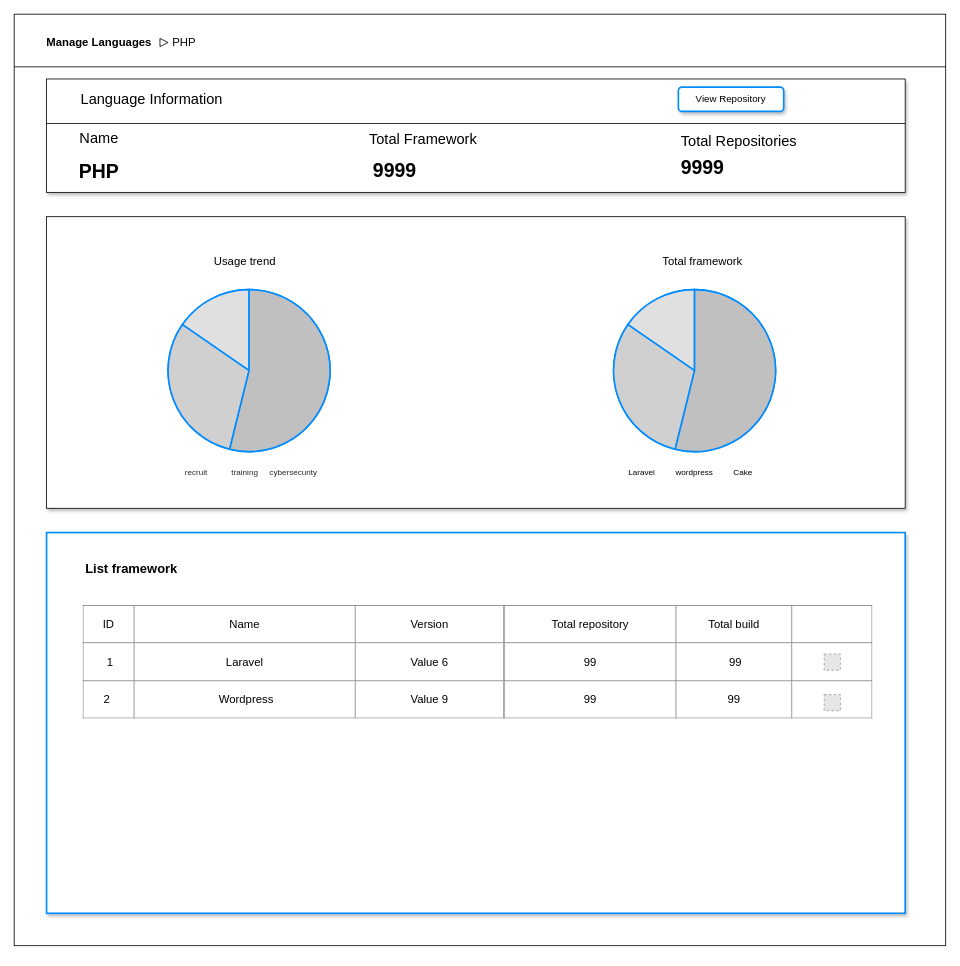
Before: Untitled Diagram.drawio in khoanld-2442/abc, a draw.io diagram. Source tidied: cells renumbered, new cells numbered last; positions are measured from the earlier drawing's top-left corner, leaving out a move shared by most shapes. Both pictures are drawn from the tidied source at 81%, with x=0, y=0 at pixel (14, 14). Pictures stored in the file or linked from it are replaced by grey dashed boxes.
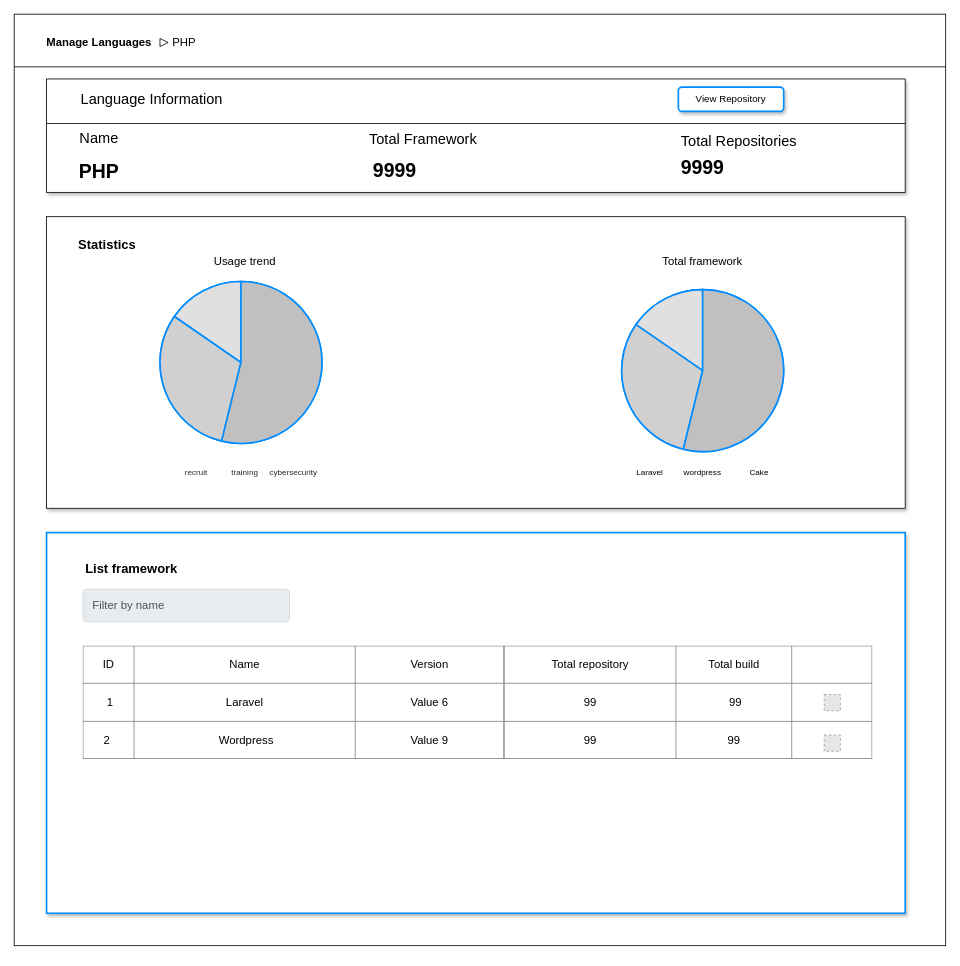
The same diagram, later.

Change to the diagram source:
```diff
@@
     <mxCell id="17" style="verticalLabelPosition=bottom;shadow=0;dashed=0;align=center;html=1;verticalAlign=top;strokeWidth=1;shape=mxgraph.mockup.graphics.pieChart;strokeColor=#008cff;parts=10,20,35;partColors=#e0e0e0,#d0d0d0,#c0c0c0,#b0b0b0,#a0a0a0;strokeWidth=2;fontSize=14;" parent="1" vertex="1">
-      <mxGeometry x="190" y="340" width="200" height="200" as="geometry" />
+      <mxGeometry x="180" y="330" width="200" height="200" as="geometry" />
     </mxCell>
     <mxCell id="18" style="verticalLabelPosition=bottom;shadow=0;dashed=0;align=center;html=1;verticalAlign=top;strokeWidth=1;shape=mxgraph.mockup.graphics.pieChart;strokeColor=#008cff;parts=10,20,35;partColors=#e0e0e0,#d0d0d0,#c0c0c0,#b0b0b0,#a0a0a0;strokeWidth=2;fontSize=14;" parent="1" vertex="1">
-      <mxGeometry x="740" y="340" width="200" height="200" as="geometry" />
+      <mxGeometry x="750" y="340" width="200" height="200" as="geometry" />
     </mxCell>
@@
     <mxCell id="20" value="&lt;font style=&quot;font-size: 10px&quot;&gt;Laravel&lt;/font&gt;" style="text;html=1;strokeColor=none;fillColor=none;align=center;verticalAlign=middle;whiteSpace=wrap;rounded=0;shadow=1;glass=0;dashed=0;sketch=0;fontFamily=Helvetica;fontSize=14;fontColor=default;" parent="1" vertex="1">
-      <mxGeometry x="730" y="550" width="90" height="30" as="geometry" />
+      <mxGeometry x="740" y="550" width="90" height="30" as="geometry" />
     </mxCell>
     <mxCell id="21" value="wordpress" style="text;html=1;strokeColor=none;fillColor=none;align=center;verticalAlign=middle;whiteSpace=wrap;rounded=0;shadow=1;glass=0;dashed=0;sketch=0;fontFamily=Helvetica;fontSize=10;fontColor=default;" parent="1" vertex="1">
-      <mxGeometry x="810" y="550" width="60" height="30" as="geometry" />
+      <mxGeometry x="820" y="550" width="60" height="30" as="geometry" />
     </mxCell>
     <mxCell id="22" value="Cake" style="text;html=1;strokeColor=none;fillColor=none;align=center;verticalAlign=middle;whiteSpace=wrap;rounded=0;shadow=1;glass=0;dashed=0;sketch=0;fontFamily=Helvetica;fontSize=10;fontColor=default;" parent="1" vertex="1">
-      <mxGeometry x="870" y="550" width="60" height="30" as="geometry" />
+      <mxGeometry x="890" y="550" width="60" height="30" as="geometry" />
     </mxCell>
@@
     <mxCell id="32" value="&lt;table border=&quot;1&quot; width=&quot;100%&quot; style=&quot;width: 100% ; height: 100% ; border-collapse: collapse&quot;&gt;&lt;tbody&gt;&lt;tr&gt;&lt;td align=&quot;center&quot;&gt;ID&lt;/td&gt;&lt;td align=&quot;center&quot;&gt;Name&lt;/td&gt;&lt;td align=&quot;center&quot;&gt;Version&lt;/td&gt;&lt;/tr&gt;&lt;tr&gt;&lt;td align=&quot;center&quot;&gt;&amp;nbsp;1&lt;/td&gt;&lt;td align=&quot;center&quot;&gt;Laravel&lt;/td&gt;&lt;td align=&quot;center&quot;&gt;Value 6&lt;/td&gt;&lt;/tr&gt;&lt;tr&gt;&lt;td align=&quot;center&quot;&gt;2&amp;nbsp;&lt;/td&gt;&lt;td align=&quot;center&quot;&gt;&amp;nbsp;Wordpress&lt;/td&gt;&lt;td align=&quot;center&quot;&gt;Value 9&lt;/td&gt;&lt;/tr&gt;&lt;/tbody&gt;&lt;/table&gt;" style="text;html=1;overflow=fill;rounded=0;shadow=1;glass=0;dashed=0;sketch=0;fontFamily=Helvetica;fontSize=14;labelBackgroundColor=none;labelBorderColor=none;" parent="1" vertex="1">
-      <mxGeometry x="85" y="730" width="520" height="140" as="geometry" />
+      <mxGeometry x="85" y="780" width="520" height="140" as="geometry" />
     </mxCell>
     <mxCell id="33" value="&lt;table border=&quot;1&quot; width=&quot;100%&quot; style=&quot;width: 100% ; height: 100% ; border-collapse: collapse&quot;&gt;&lt;tbody&gt;&lt;tr&gt;&lt;td align=&quot;center&quot;&gt;Total repository&lt;/td&gt;&lt;td align=&quot;center&quot;&gt;Total build&lt;/td&gt;&lt;td align=&quot;center&quot;&gt;&amp;nbsp; &amp;nbsp; &amp;nbsp; &amp;nbsp; &amp;nbsp; &amp;nbsp;&lt;/td&gt;&lt;/tr&gt;&lt;tr&gt;&lt;td align=&quot;center&quot;&gt;99&lt;/td&gt;&lt;td align=&quot;center&quot;&gt;&amp;nbsp;99&lt;/td&gt;&lt;td align=&quot;center&quot;&gt;&lt;br&gt;&lt;/td&gt;&lt;/tr&gt;&lt;tr&gt;&lt;td align=&quot;center&quot;&gt;99&lt;/td&gt;&lt;td align=&quot;center&quot;&gt;99&lt;/td&gt;&lt;td align=&quot;center&quot;&gt;&lt;br&gt;&lt;/td&gt;&lt;/tr&gt;&lt;/tbody&gt;&lt;/table&gt;" style="text;html=1;strokeColor=none;fillColor=none;overflow=fill;rounded=0;shadow=1;glass=0;dashed=0;labelBackgroundColor=none;labelBorderColor=none;sketch=0;fontFamily=Helvetica;fontSize=14;fontColor=default;" parent="1" vertex="1">
-      <mxGeometry x="605" y="730" width="455" height="140" as="geometry" />
+      <mxGeometry x="605" y="780" width="455" height="140" as="geometry" />
     </mxCell>
     <mxCell id="34" style="fillColor=#E6E6E6;strokeColor=#999999;dashed=1;html=1;verticalAlign=top;verticalLabelPosition=bottom;labelBackgroundColor=#ffffff;fontFamily=Helvetica;fontSize=14;fontColor=default;" parent="1" vertex="1">
-      <mxGeometry x="1000" y="790" width="20" height="20" as="geometry" />
+      <mxGeometry x="1000" y="840" width="20" height="20" as="geometry" />
     </mxCell>
     <mxCell id="35" style="fillColor=#E6E6E6;strokeColor=#999999;dashed=1;html=1;verticalAlign=top;verticalLabelPosition=bottom;labelBackgroundColor=#ffffff;fontFamily=Helvetica;fontSize=14;fontColor=default;" parent="1" vertex="1">
-      <mxGeometry x="1000" y="840" width="20" height="20" as="geometry" />
+      <mxGeometry x="1000" y="890" width="20" height="20" as="geometry" />
     </mxCell>
@@
+    <mxCell id="37" value="Filter by name" style="html=1;shadow=0;dashed=0;shape=mxgraph.bootstrap.rrect;rSize=5;strokeColor=#CED4DA;strokeWidth=1;fillColor=#E9ECEF;fontColor=#505050;whiteSpace=wrap;align=left;verticalAlign=middle;spacingLeft=10;fontSize=14;rounded=0;glass=0;labelBackgroundColor=none;labelBorderColor=none;sketch=0;fontFamily=Helvetica;" parent="1" vertex="1">
+      <mxGeometry x="85" y="710" width="255" height="40" as="geometry" />
+    </mxCell>
+    <mxCell id="38" value="&lt;b&gt;Statistics&lt;/b&gt;" style="text;html=1;strokeColor=none;fillColor=none;align=center;verticalAlign=middle;whiteSpace=wrap;rounded=0;shadow=1;glass=0;dashed=0;labelBackgroundColor=none;labelBorderColor=none;sketch=0;fontFamily=Helvetica;fontSize=16;fontColor=default;" parent="1" vertex="1">
+      <mxGeometry x="85" y="270" width="60" height="30" as="geometry" />
+    </mxCell>
```
